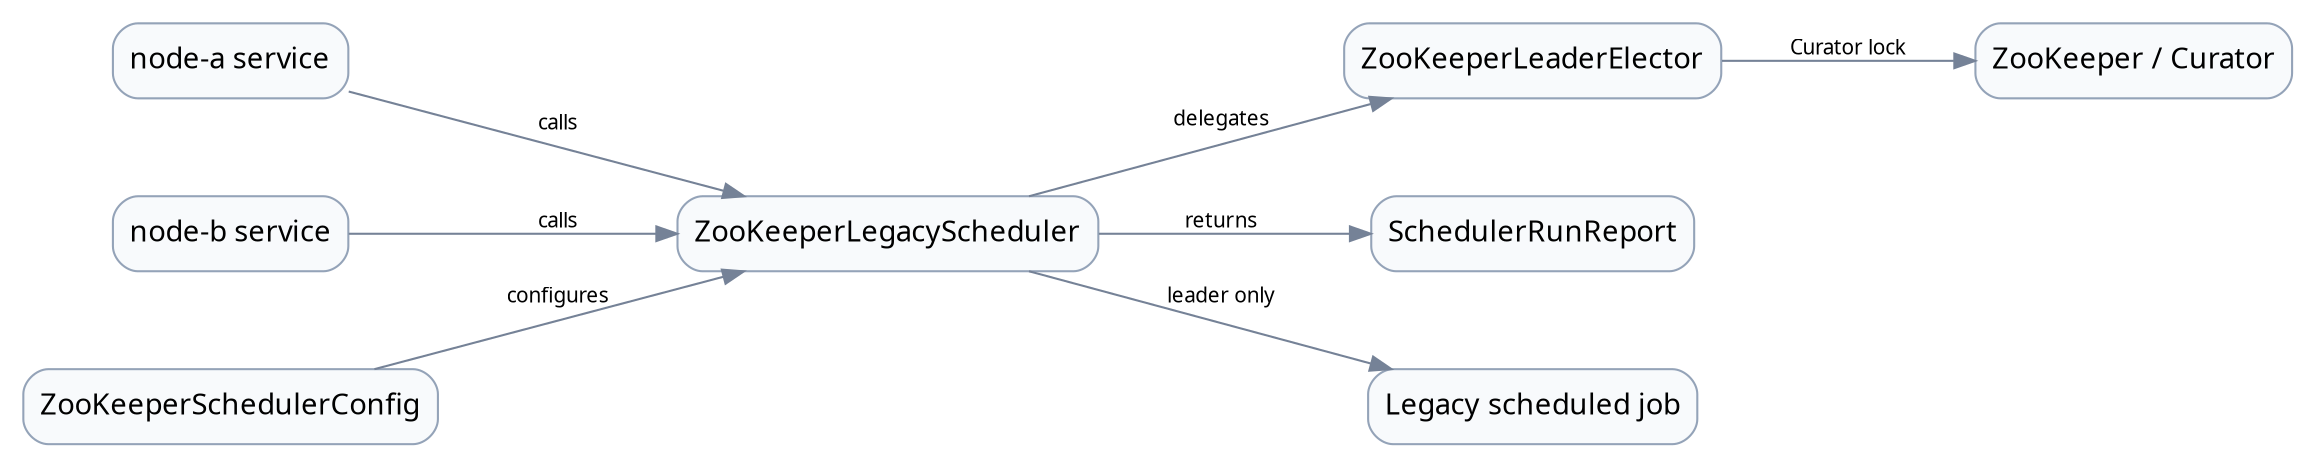
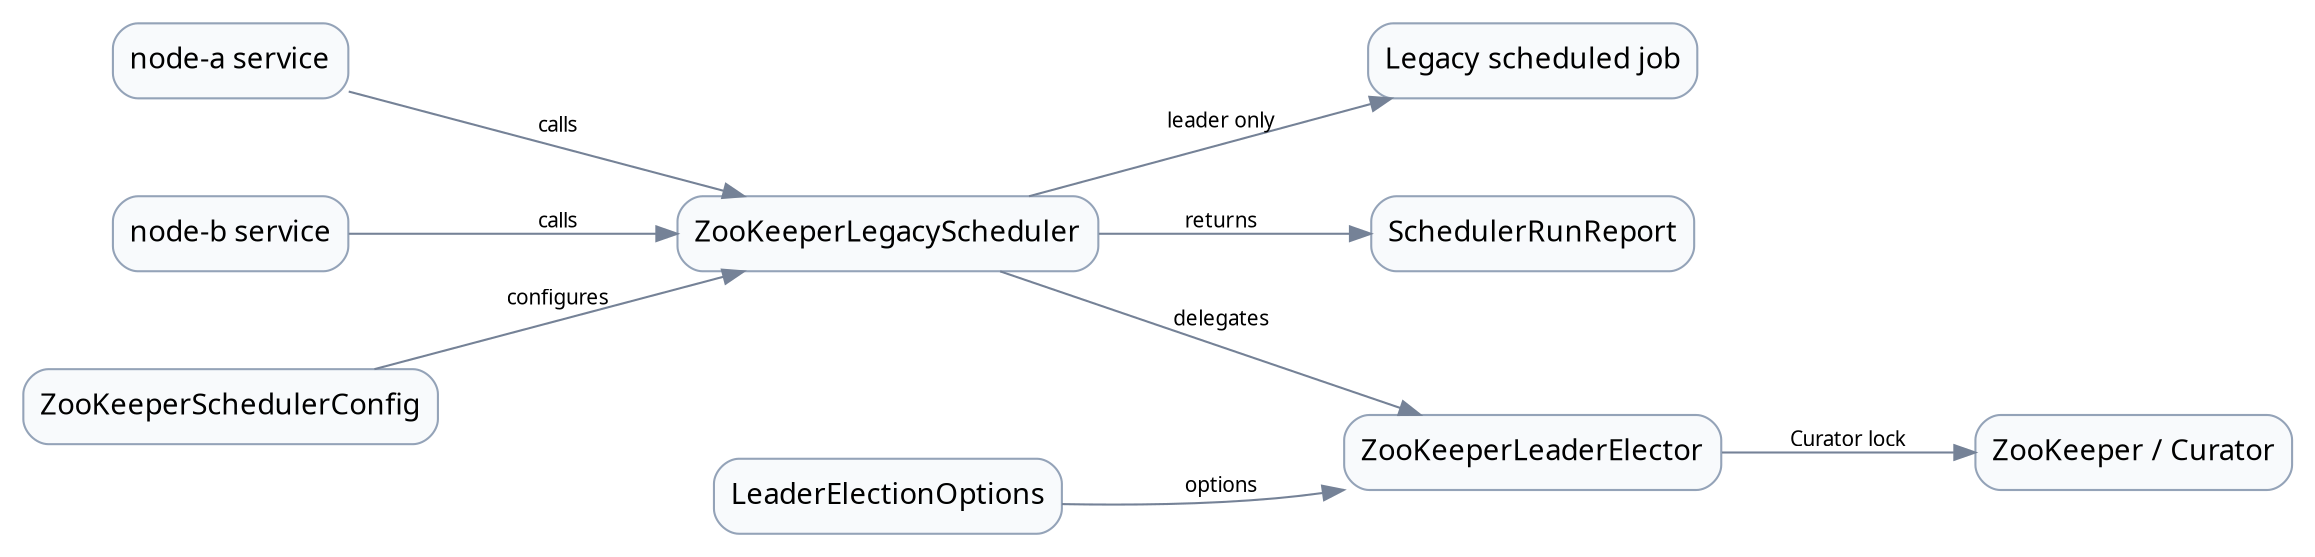
digraph "examples-zookeeper-scheduler-architecture-01" {
  graph [rankdir=LR, bgcolor="transparent", margin=0.1, nodesep=0.65, ranksep=0.9];
  node [shape=box, style="rounded,filled", fillcolor="#f8fafc", color="#94a3b8", fontname="Comic Mono"];
  edge [color="#758297", fontname="Comic Mono", fontsize=10];
  "node-a service";
  "node-b service";
  "ZooKeeperLegacyScheduler";
  "ZooKeeperSchedulerConfig";
+   "SchedulerRunReport";
  "ZooKeeperLeaderElector";
-   "SchedulerRunReport";
+   "LeaderElectionOptions";
  "ZooKeeper / Curator";
  "Legacy scheduled job";
  "node-a service" -> "ZooKeeperLegacyScheduler" [label="calls"];
  "node-b service" -> "ZooKeeperLegacyScheduler" [label="calls"];
  "ZooKeeperSchedulerConfig" -> "ZooKeeperLegacyScheduler" [label="configures"];
  "ZooKeeperLegacyScheduler" -> "ZooKeeperLeaderElector" [label="delegates"];
+   "LeaderElectionOptions" -> "ZooKeeperLeaderElector" [label="options"];
  "ZooKeeperLeaderElector" -> "ZooKeeper / Curator" [label="Curator lock"];
+   "ZooKeeperLegacyScheduler" -> "SchedulerRunReport" [label="returns"];
  "ZooKeeperLegacyScheduler" -> "Legacy scheduled job" [label="leader only"];
-   "ZooKeeperLegacyScheduler" -> "SchedulerRunReport" [label="returns"];
}
